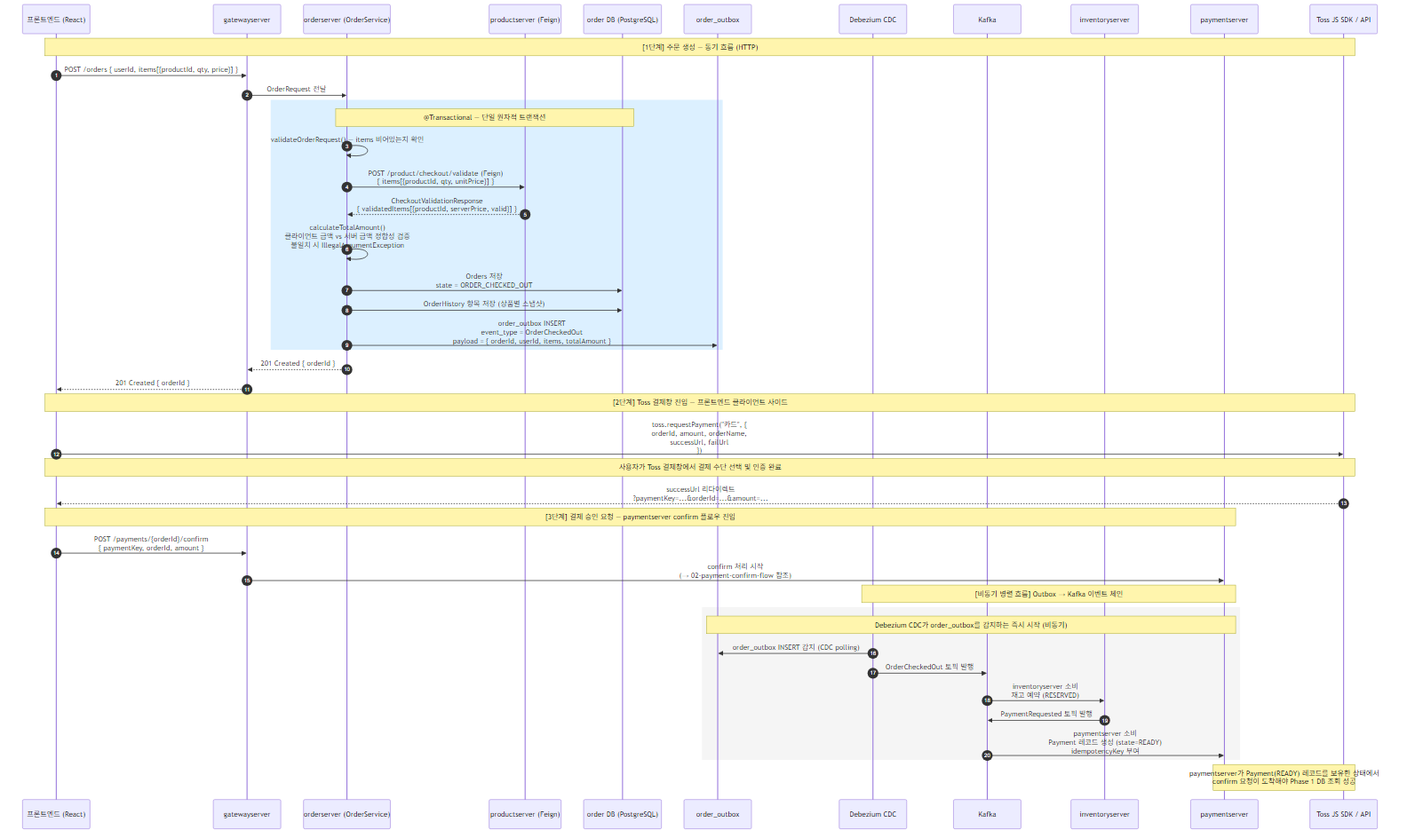
DS-MSAproject/eum_pay keeps this Mermaid diagram as diagrams/06-order-to-payment-init.png. Above is the earlier version. Its source is kept beside it as diagrams/06-order-to-payment-init.mmd.
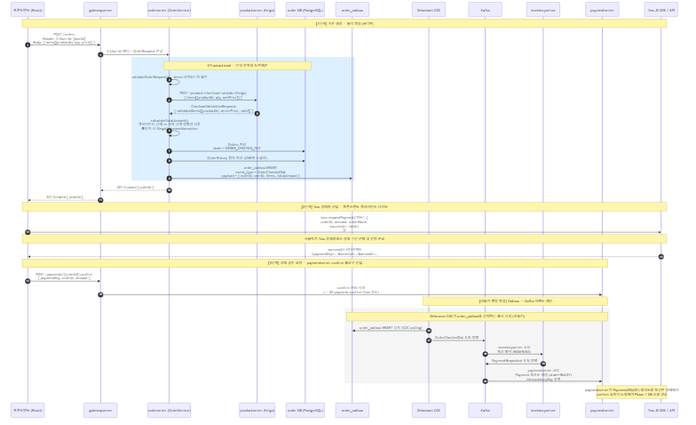
The same file after the commit.

What changed in the source:
```diff
@@ -14,8 +14,8 @@
 
     Note over FE,Toss: [1단계] 주문 생성 — 동기 흐름 (HTTP)
 
-    FE->>GW: POST /orders  { userId, items[{productId, qty, price}] }
-    GW->>OS: OrderRequest 전달
+    FE->>GW: POST /orders<br/>Header: X-User-Id: {userId}<br/>Body: { items[{productId, qty, price}] }
+    GW->>OS: X-User-Id 헤더 + OrderRequest 전달
 
     rect rgb(220, 240, 255)
         Note over OS,ODB: @Transactional — 단일 원자적 트랜잭션
```
